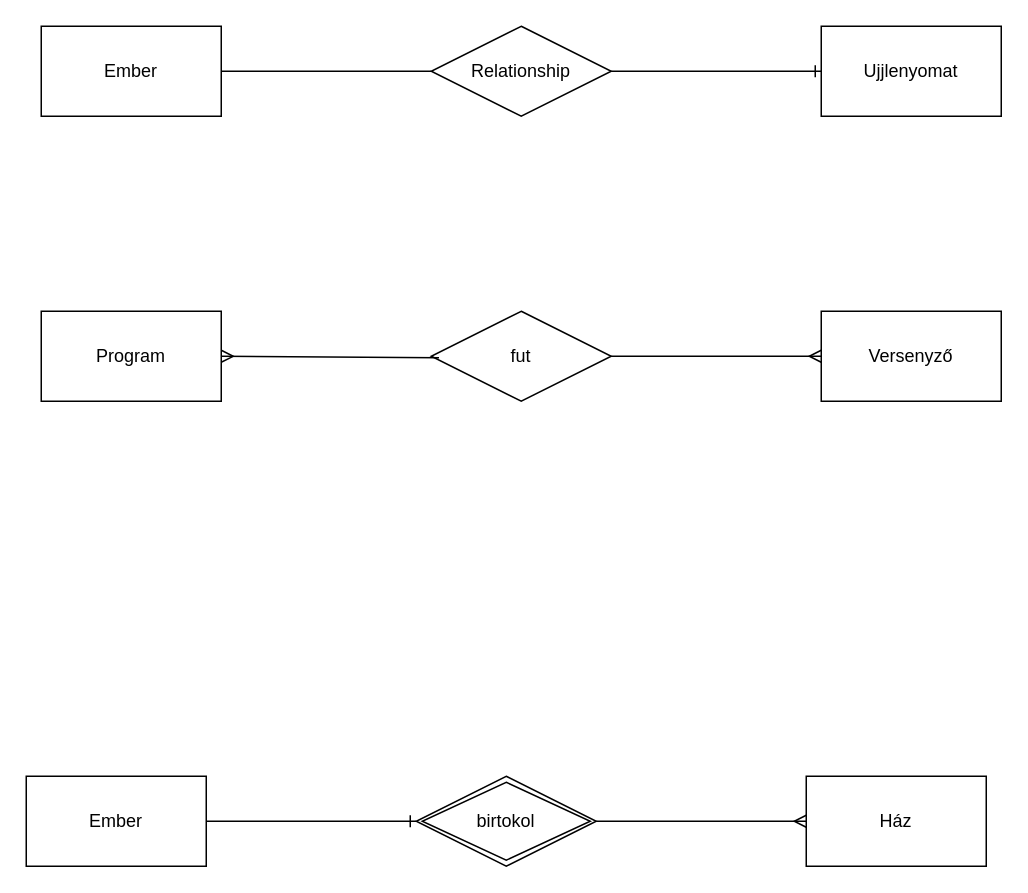
Earlier version of the draw.io diagram HEPMIU_0927/hepmiu_3.4.drawio (urbanoliver/HEPMIU_DB1Gyak). Source tidied: cells renumbered, new cells numbered last; positions are measured from the earlier drawing's top-left corner, leaving out a move shared by most shapes. Both pictures are drawn from the tidied source at 150%, with x=0, y=0 at pixel (26, 26).
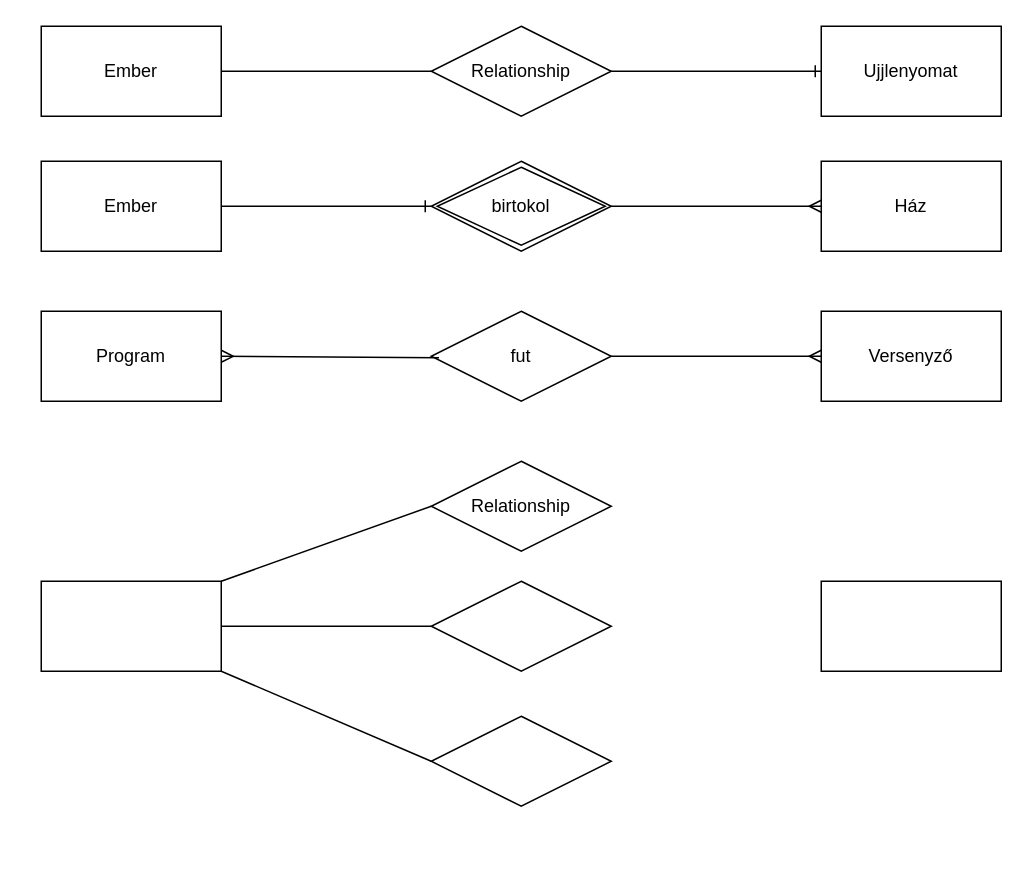
After the change.

Change to the diagram source:
```diff
@@
     <mxCell id="7" value="Ember" style="rounded=0;whiteSpace=wrap;html=1;" parent="1" vertex="1">
-      <mxGeometry y="500" width="120" height="60" as="geometry" />
+      <mxGeometry x="10" y="90" width="120" height="60" as="geometry" />
     </mxCell>
     <mxCell id="8" value="birtokol" style="shape=rhombus;double=1;perimeter=rhombusPerimeter;whiteSpace=wrap;html=1;align=center;" parent="1" vertex="1">
-      <mxGeometry x="260" y="500" width="120" height="60" as="geometry" />
+      <mxGeometry x="270" y="90" width="120" height="60" as="geometry" />
     </mxCell>
     <mxCell id="9" value="Ház" style="rounded=0;whiteSpace=wrap;html=1;" parent="1" vertex="1">
-      <mxGeometry x="520" y="500" width="120" height="60" as="geometry" />
+      <mxGeometry x="530" y="90" width="120" height="60" as="geometry" />
     </mxCell>
@@
+    <mxCell id="17" style="rounded=0;whiteSpace=wrap;html=1;" parent="1" vertex="1">
+      <mxGeometry x="10" y="370" width="120" height="60" as="geometry" />
+    </mxCell>
+    <mxCell id="18" style="rounded=0;whiteSpace=wrap;html=1;" parent="1" vertex="1">
+      <mxGeometry x="530" y="370" width="120" height="60" as="geometry" />
+    </mxCell>
+    <mxCell id="19" value="Relationship" style="shape=rhombus;perimeter=rhombusPerimeter;whiteSpace=wrap;html=1;align=center;" parent="1" vertex="1">
+      <mxGeometry x="270" y="290" width="120" height="60" as="geometry" />
+    </mxCell>
+    <mxCell id="20" value="&amp;nbsp;" style="shape=rhombus;perimeter=rhombusPerimeter;whiteSpace=wrap;html=1;align=center;" parent="1" vertex="1">
+      <mxGeometry x="270" y="370" width="120" height="60" as="geometry" />
+    </mxCell>
+    <mxCell id="21" style="shape=rhombus;perimeter=rhombusPerimeter;whiteSpace=wrap;html=1;align=center;" parent="1" vertex="1">
+      <mxGeometry x="270" y="460" width="120" height="60" as="geometry" />
+    </mxCell>
+    <mxCell id="22" style="endArrow=none;html=1;rounded=0;exitX=1;exitY=0;exitDx=0;exitDy=0;entryX=0;entryY=0.5;entryDx=0;entryDy=0;" parent="1" edge="1" source="17" target="19">
+      <mxGeometry relative="1" as="geometry" />
+    </mxCell>
+    <mxCell id="23" style="endArrow=none;html=1;rounded=0;exitX=1;exitY=0.5;exitDx=0;exitDy=0;" parent="1" edge="1" source="17" target="20">
+      <mxGeometry relative="1" as="geometry" />
+    </mxCell>
+    <mxCell id="24" style="endArrow=none;html=1;rounded=0;exitX=1;exitY=1;exitDx=0;exitDy=0;entryX=0;entryY=0.5;entryDx=0;entryDy=0;" parent="1" edge="1" source="17" target="21">
+      <mxGeometry relative="1" as="geometry" />
+    </mxCell>
```
